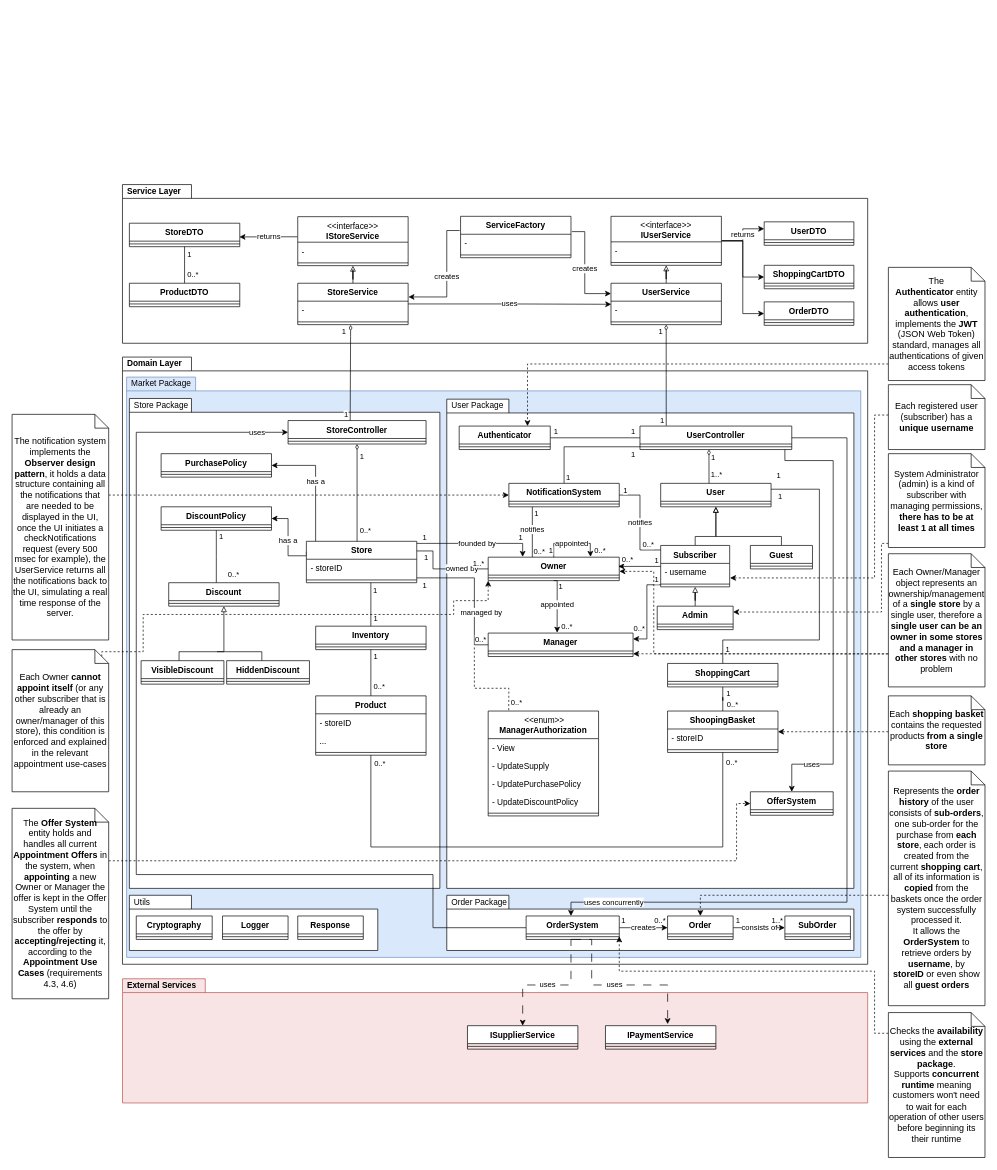
Before: page "White Class Diagram" (1 of 2) of documents/Version1/Version1.drawio in SE-Project-Workshop-Group-17-B/SE-Project-Workshop-Group-17-B, a draw.io diagram. Source tidied: cells renumbered, new cells numbered last; positions are measured from the earlier drawing's top-left corner, leaving out a move shared by most shapes. Both pictures are drawn from the tidied source at 69%, with x=0, y=0 at pixel (12, 184).
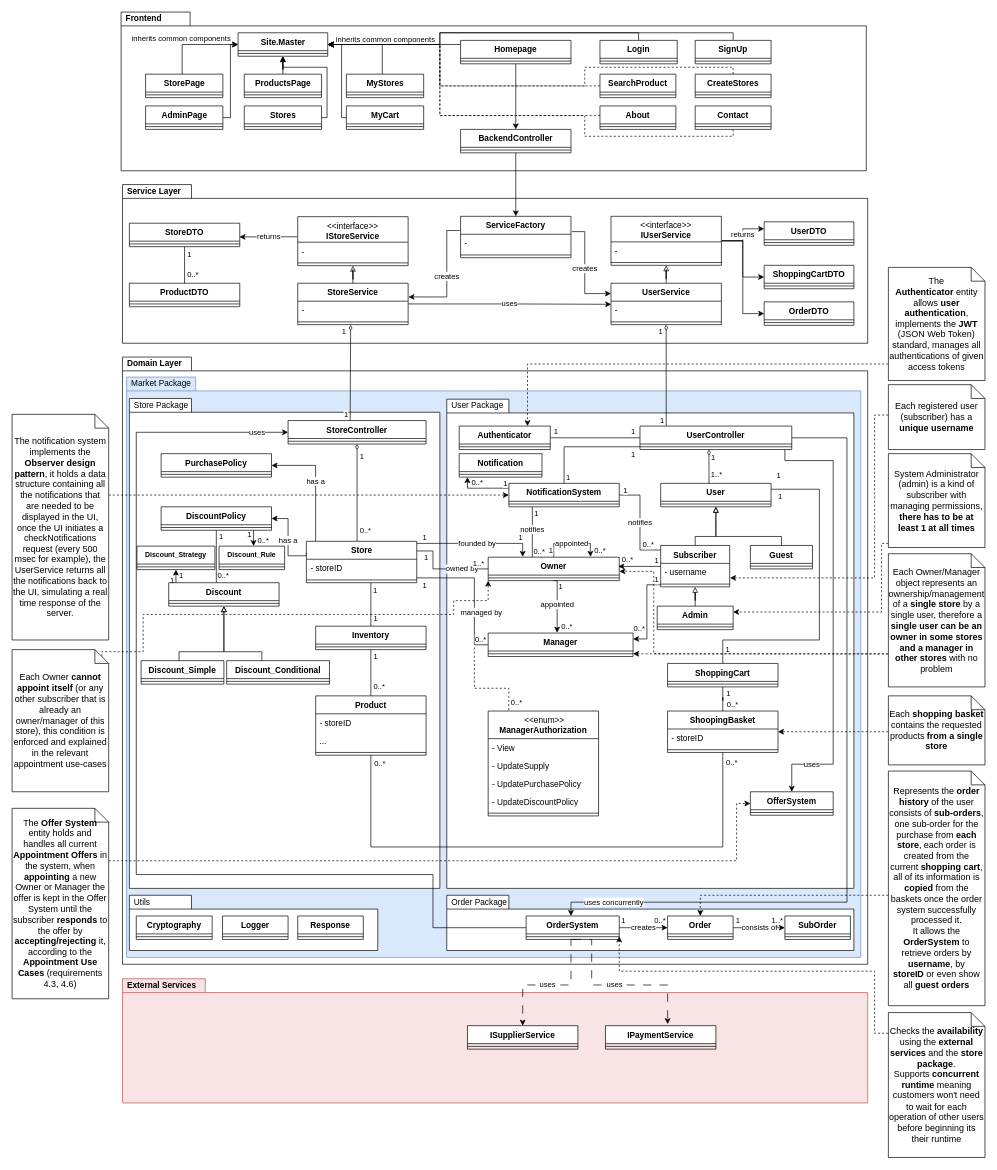
After the change.

Unchanged cells that the change refers to:
```xml
<mxCell id="38" style="edgeStyle=orthogonalEdgeStyle;rounded=0;jettySize=auto;html=1;endArrow=none;endFill=0;" parent="1" edge="1" source="41">
  <mxGeometry relative="1" as="geometry">
    <mxPoint x="296" y="577" as="targetPoint" />
  </mxGeometry>
</mxCell>
<mxCell id="41" value="DiscountPolicy" style="swimlane;fontStyle=1;align=center;verticalAlign=top;horizontal=1;startSize=26;whiteSpace=wrap;html=1;" parent="1" vertex="1">
  <mxGeometry x="216" y="467" width="160" height="34" as="geometry" />
</mxCell>
<mxCell id="43" value="Discount" style="swimlane;fontStyle=1;align=center;verticalAlign=top;horizontal=1;startSize=26;whiteSpace=wrap;html=1;" parent="1" vertex="1">
  <mxGeometry x="227" y="577" width="160" height="34" as="geometry" />
</mxCell>
<mxCell id="126" value="ServiceFactory" style="swimlane;fontStyle=1;align=center;verticalAlign=top;horizontal=1;startSize=26;whiteSpace=wrap;html=1;" parent="1" vertex="1">
  <mxGeometry x="650" y="46" width="160" height="60" as="geometry" />
</mxCell>
<mxCell id="156" value="NotificationSystem" style="swimlane;fontStyle=1;align=center;verticalAlign=top;horizontal=1;startSize=26;whiteSpace=wrap;html=1;" parent="1" vertex="1">
  <mxGeometry x="720" y="433" width="160" height="34" as="geometry" />
</mxCell>
```

Change to the diagram source:
```diff
@@
     <mxCell id="40" value="0..*" style="edgeLabel;html=1;align=center;verticalAlign=middle;" parent="38" vertex="1">
       <mxGeometry x="0.78" y="1" relative="1" as="geometry">
-        <mxPoint x="23" y="-4" as="offset" />
+        <mxPoint x="8" y="-3" as="offset" />
       </mxGeometry>
     </mxCell>
+    <mxCell id="221" style="edgeStyle=orthogonalEdgeStyle;rounded=0;jettySize=auto;html=1;entryX=0.527;entryY=-0.004;entryDx=0;entryDy=0;entryPerimeter=0;" parent="1" edge="1" source="41" target="282">
+      <mxGeometry relative="1" as="geometry">
+        <Array as="points">
+          <mxPoint x="350" y="521" />
+          <mxPoint x="350" y="521" />
+        </Array>
+      </mxGeometry>
+    </mxCell>
+    <mxCell id="222" value="0..*" style="edgeLabel;html=1;align=center;verticalAlign=middle;" parent="221" vertex="1">
+      <mxGeometry x="-0.18" y="1" relative="1" as="geometry">
+        <mxPoint x="12" y="5" as="offset" />
+      </mxGeometry>
+    </mxCell>
+    <mxCell id="223" value="1" style="edgeLabel;html=1;align=center;verticalAlign=middle;" parent="221" vertex="1">
+      <mxGeometry x="-0.82" relative="1" as="geometry">
+        <mxPoint x="-7" y="3" as="offset" />
+      </mxGeometry>
+    </mxCell>
@@
+    <mxCell id="224" style="edgeStyle=orthogonalEdgeStyle;rounded=0;jettySize=auto;html=1;entryX=0.5;entryY=1;entryDx=0;entryDy=0;" parent="1" edge="1" source="43" target="280">
+      <mxGeometry relative="1" as="geometry">
+        <Array as="points">
+          <mxPoint x="238" y="557" />
+        </Array>
+      </mxGeometry>
+    </mxCell>
+    <mxCell id="225" value="1" style="edgeLabel;html=1;align=center;verticalAlign=middle;" parent="224" vertex="1">
+      <mxGeometry x="0.19" relative="1" as="geometry">
+        <mxPoint x="7" as="offset" />
+      </mxGeometry>
+    </mxCell>
+    <mxCell id="226" value="1" style="edgeLabel;html=1;align=center;verticalAlign=middle;" parent="224" vertex="1">
+      <mxGeometry x="-0.65" relative="1" as="geometry">
+        <mxPoint x="-6" y="-1" as="offset" />
+      </mxGeometry>
+    </mxCell>
@@
-    <mxCell id="45" value="VisibleDiscount" style="swimlane;fontStyle=1;align=center;verticalAlign=top;horizontal=1;startSize=26;whiteSpace=wrap;html=1;" parent="1" vertex="1">
+    <mxCell id="45" value="Discount_Simple" style="swimlane;fontStyle=1;align=center;verticalAlign=top;horizontal=1;startSize=26;whiteSpace=wrap;html=1;" parent="1" vertex="1">
       <mxGeometry x="187" y="690" width="120" height="34" as="geometry" />
     </mxCell>
@@
-    <mxCell id="47" value="HiddenDiscount" style="swimlane;fontStyle=1;align=center;verticalAlign=top;horizontal=1;startSize=26;whiteSpace=wrap;html=1;" parent="1" vertex="1">
-      <mxGeometry x="311" y="690" width="120" height="34" as="geometry" />
+    <mxCell id="47" value="Discount_Conditional" style="swimlane;fontStyle=1;align=center;verticalAlign=top;horizontal=1;startSize=26;whiteSpace=wrap;html=1;" parent="1" vertex="1">
+      <mxGeometry x="311" y="690" width="149" height="34" as="geometry" />
     </mxCell>
     <mxCell id="48" style="line;strokeWidth=1;fillColor=none;align=left;verticalAlign=middle;spacingTop=-1;spacingLeft=3;spacingRight=3;labelPosition=right;strokeColor=inherit;" parent="47" vertex="1">
-      <mxGeometry y="26" width="120" height="8" as="geometry" />
+      <mxGeometry y="26" width="149" height="8" as="geometry" />
     </mxCell>
@@
-    <mxCell id="50" style="edgeStyle=orthogonalEdgeStyle;rounded=0;jettySize=auto;html=1;endArrow=none;endFill=0;" parent="1" edge="1" source="47">
+    <mxCell id="50" style="edgeStyle=orthogonalEdgeStyle;rounded=0;jettySize=auto;html=1;endArrow=block;endFill=0;entryX=0.5;entryY=1;entryDx=0;entryDy=0;" parent="1" edge="1" source="47" target="43">
       <mxGeometry relative="1" as="geometry">
-        <mxPoint x="297" y="677" as="targetPoint" />
         <Array as="points">
           <mxPoint x="362" y="677" />
+          <mxPoint x="307" y="677" />
         </Array>
       </mxGeometry>
     </mxCell>
@@
+    <mxCell id="227" style="edgeStyle=orthogonalEdgeStyle;rounded=0;jettySize=auto;html=1;" parent="1" edge="1" source="156">
+      <mxGeometry relative="1" as="geometry">
+        <mxPoint x="660" y="424" as="targetPoint" />
+        <Array as="points">
+          <mxPoint x="660" y="440" />
+        </Array>
+      </mxGeometry>
+    </mxCell>
+    <mxCell id="228" value="0..*" style="edgeLabel;html=1;align=center;verticalAlign=middle;" parent="227" vertex="1">
+      <mxGeometry x="0.44" relative="1" as="geometry">
+        <mxPoint x="8" y="-9" as="offset" />
+      </mxGeometry>
+    </mxCell>
+    <mxCell id="229" value="1" style="edgeLabel;html=1;align=center;verticalAlign=middle;" parent="227" vertex="1">
+      <mxGeometry x="-0.57" relative="1" as="geometry">
+        <mxPoint x="10" y="-8" as="offset" />
+      </mxGeometry>
+    </mxCell>
@@
+    <mxCell id="230" value="Frontend" style="shape=folder;xSize=90;align=left;spacingLeft=10;align=left;verticalAlign=top;spacingLeft=5;spacingTop=-4;tabWidth=100;tabHeight=20;tabPosition=left;html=1;fontStyle=1;" parent="1" vertex="1">
+      <mxGeometry x="158" y="-250" width="1080" height="230" as="geometry" />
+    </mxCell>
+    <mxCell id="231" style="edgeStyle=orthogonalEdgeStyle;rounded=0;jettySize=auto;html=1;entryX=0.5;entryY=0;entryDx=0;entryDy=0;" parent="1" edge="1" source="232" target="126">
+      <mxGeometry relative="1" as="geometry" />
+    </mxCell>
+    <mxCell id="232" value="BackendController" style="swimlane;fontStyle=1;align=center;verticalAlign=top;horizontal=1;startSize=26;whiteSpace=wrap;html=1;" parent="1" vertex="1">
+      <mxGeometry x="650" y="-80" width="160" height="34" as="geometry" />
+    </mxCell>
+    <mxCell id="233" style="line;strokeWidth=1;fillColor=none;align=left;verticalAlign=middle;spacingTop=-1;spacingLeft=3;spacingRight=3;labelPosition=right;strokeColor=inherit;" parent="232" vertex="1">
+      <mxGeometry y="26" width="160" height="8" as="geometry" />
+    </mxCell>
+    <mxCell id="234" style="edgeStyle=orthogonalEdgeStyle;rounded=0;jettySize=auto;html=1;entryX=1;entryY=0.5;entryDx=0;entryDy=0;" parent="1" edge="1" source="237" target="239">
+      <mxGeometry x="-0.12" y="-7" relative="1" as="geometry">
+        <Array as="points">
+          <mxPoint x="610" y="-203" />
+          <mxPoint x="610" y="-203" />
+        </Array>
+      </mxGeometry>
+    </mxCell>
+    <mxCell id="235" value="inherits common components" style="edgeLabel;html=1;align=center;verticalAlign=middle;" parent="234" vertex="1">
+      <mxGeometry x="0.07" y="-1" relative="1" as="geometry">
+        <mxPoint x="-7" y="-7" as="offset" />
+      </mxGeometry>
+    </mxCell>
+    <mxCell id="236" style="edgeStyle=orthogonalEdgeStyle;rounded=0;jettySize=auto;html=1;entryX=0.5;entryY=0;entryDx=0;entryDy=0;" parent="1" edge="1" source="237" target="232">
+      <mxGeometry relative="1" as="geometry" />
+    </mxCell>
+    <mxCell id="237" value="Homepage" style="swimlane;fontStyle=1;align=center;verticalAlign=top;horizontal=1;startSize=26;whiteSpace=wrap;html=1;" parent="1" vertex="1">
+      <mxGeometry x="650" y="-209" width="160" height="34" as="geometry" />
+    </mxCell>
+    <mxCell id="238" style="line;strokeWidth=1;fillColor=none;align=left;verticalAlign=middle;spacingTop=-1;spacingLeft=3;spacingRight=3;labelPosition=right;strokeColor=inherit;" parent="237" vertex="1">
+      <mxGeometry y="26" width="160" height="8" as="geometry" />
+    </mxCell>
+    <mxCell id="239" value="Site.Master" style="swimlane;fontStyle=1;align=center;verticalAlign=top;horizontal=1;startSize=26;whiteSpace=wrap;html=1;" parent="1" vertex="1">
+      <mxGeometry x="327.5" y="-220" width="130" height="34" as="geometry" />
+    </mxCell>
+    <mxCell id="240" style="line;strokeWidth=1;fillColor=none;align=left;verticalAlign=middle;spacingTop=-1;spacingLeft=3;spacingRight=3;labelPosition=right;strokeColor=inherit;" parent="239" vertex="1">
+      <mxGeometry y="26" width="130" height="8" as="geometry" />
+    </mxCell>
+    <mxCell id="241" style="edgeStyle=orthogonalEdgeStyle;rounded=0;jettySize=auto;html=1;entryX=1;entryY=0.5;entryDx=0;entryDy=0;" parent="1" edge="1" source="242" target="239">
+      <mxGeometry relative="1" as="geometry">
+        <Array as="points">
+          <mxPoint x="908" y="-220" />
+          <mxPoint x="620" y="-220" />
+          <mxPoint x="620" y="-203" />
+        </Array>
+      </mxGeometry>
+    </mxCell>
+    <mxCell id="242" value="Login" style="swimlane;fontStyle=1;align=center;verticalAlign=top;horizontal=1;startSize=26;whiteSpace=wrap;html=1;" parent="1" vertex="1">
+      <mxGeometry x="852" y="-209" width="112" height="34" as="geometry" />
+    </mxCell>
+    <mxCell id="243" style="line;strokeWidth=1;fillColor=none;align=left;verticalAlign=middle;spacingTop=-1;spacingLeft=3;spacingRight=3;labelPosition=right;strokeColor=inherit;" parent="242" vertex="1">
+      <mxGeometry y="26" width="112" height="8" as="geometry" />
+    </mxCell>
+    <mxCell id="244" style="edgeStyle=orthogonalEdgeStyle;rounded=0;jettySize=auto;html=1;entryX=1;entryY=0.5;entryDx=0;entryDy=0;" parent="1" edge="1" source="245" target="239">
+      <mxGeometry relative="1" as="geometry">
+        <Array as="points">
+          <mxPoint x="1045" y="-220" />
+          <mxPoint x="620" y="-220" />
+          <mxPoint x="620" y="-203" />
+        </Array>
+      </mxGeometry>
+    </mxCell>
+    <mxCell id="245" value="SignUp" style="swimlane;fontStyle=1;align=center;verticalAlign=top;horizontal=1;startSize=26;whiteSpace=wrap;html=1;" parent="1" vertex="1">
+      <mxGeometry x="990" y="-209" width="110" height="34" as="geometry" />
+    </mxCell>
+    <mxCell id="246" style="line;strokeWidth=1;fillColor=none;align=left;verticalAlign=middle;spacingTop=-1;spacingLeft=3;spacingRight=3;labelPosition=right;strokeColor=inherit;" parent="245" vertex="1">
+      <mxGeometry y="26" width="110" height="8" as="geometry" />
+    </mxCell>
+    <mxCell id="247" style="edgeStyle=orthogonalEdgeStyle;rounded=0;jettySize=auto;html=1;entryX=1;entryY=0.5;entryDx=0;entryDy=0;dashed=1;" parent="1" edge="1" source="248" target="239">
+      <mxGeometry relative="1" as="geometry">
+        <Array as="points">
+          <mxPoint x="620" y="-143" />
+          <mxPoint x="620" y="-203" />
+        </Array>
+      </mxGeometry>
+    </mxCell>
+    <mxCell id="248" value="SearchProduct" style="swimlane;fontStyle=1;align=center;verticalAlign=top;horizontal=1;startSize=26;whiteSpace=wrap;html=1;" parent="1" vertex="1">
+      <mxGeometry x="852" y="-160" width="110" height="34" as="geometry" />
+    </mxCell>
+    <mxCell id="249" style="line;strokeWidth=1;fillColor=none;align=left;verticalAlign=middle;spacingTop=-1;spacingLeft=3;spacingRight=3;labelPosition=right;strokeColor=inherit;" parent="248" vertex="1">
+      <mxGeometry y="26" width="110" height="8" as="geometry" />
+    </mxCell>
+    <mxCell id="250" style="edgeStyle=orthogonalEdgeStyle;rounded=0;jettySize=auto;html=1;entryX=1;entryY=0.5;entryDx=0;entryDy=0;dashed=1;" parent="1" edge="1" source="251" target="239">
+      <mxGeometry relative="1" as="geometry">
+        <Array as="points">
+          <mxPoint x="1045" y="-170" />
+          <mxPoint x="830" y="-170" />
+          <mxPoint x="830" y="-143" />
+          <mxPoint x="620" y="-143" />
+          <mxPoint x="620" y="-203" />
+        </Array>
+      </mxGeometry>
+    </mxCell>
+    <mxCell id="251" value="CreateStores" style="swimlane;fontStyle=1;align=center;verticalAlign=top;horizontal=1;startSize=26;whiteSpace=wrap;html=1;" parent="1" vertex="1">
+      <mxGeometry x="990" y="-160" width="110" height="34" as="geometry" />
+    </mxCell>
+    <mxCell id="252" style="line;strokeWidth=1;fillColor=none;align=left;verticalAlign=middle;spacingTop=-1;spacingLeft=3;spacingRight=3;labelPosition=right;strokeColor=inherit;" parent="251" vertex="1">
+      <mxGeometry y="26" width="110" height="8" as="geometry" />
+    </mxCell>
+    <mxCell id="253" style="edgeStyle=orthogonalEdgeStyle;rounded=0;jettySize=auto;html=1;entryX=1;entryY=0.5;entryDx=0;entryDy=0;dashed=1;" parent="1" edge="1" source="254" target="239">
+      <mxGeometry relative="1" as="geometry">
+        <Array as="points">
+          <mxPoint x="620" y="-100" />
+          <mxPoint x="620" y="-203" />
+        </Array>
+      </mxGeometry>
+    </mxCell>
+    <mxCell id="254" value="About" style="swimlane;fontStyle=1;align=center;verticalAlign=top;horizontal=1;startSize=26;whiteSpace=wrap;html=1;" parent="1" vertex="1">
+      <mxGeometry x="852" y="-114" width="110" height="34" as="geometry" />
+    </mxCell>
+    <mxCell id="255" style="line;strokeWidth=1;fillColor=none;align=left;verticalAlign=middle;spacingTop=-1;spacingLeft=3;spacingRight=3;labelPosition=right;strokeColor=inherit;" parent="254" vertex="1">
+      <mxGeometry y="26" width="110" height="8" as="geometry" />
+    </mxCell>
+    <mxCell id="256" style="edgeStyle=orthogonalEdgeStyle;rounded=0;jettySize=auto;html=1;entryX=1;entryY=0.5;entryDx=0;entryDy=0;dashed=1;" parent="1" edge="1" source="257" target="239">
+      <mxGeometry relative="1" as="geometry">
+        <Array as="points">
+          <mxPoint x="1045" y="-70" />
+          <mxPoint x="830" y="-70" />
+          <mxPoint x="830" y="-100" />
+          <mxPoint x="620" y="-100" />
+          <mxPoint x="620" y="-203" />
+        </Array>
+      </mxGeometry>
+    </mxCell>
+    <mxCell id="257" value="Contact" style="swimlane;fontStyle=1;align=center;verticalAlign=top;horizontal=1;startSize=26;whiteSpace=wrap;html=1;" parent="1" vertex="1">
+      <mxGeometry x="990" y="-114" width="110" height="34" as="geometry" />
+    </mxCell>
+    <mxCell id="258" style="line;strokeWidth=1;fillColor=none;align=left;verticalAlign=middle;spacingTop=-1;spacingLeft=3;spacingRight=3;labelPosition=right;strokeColor=inherit;" parent="257" vertex="1">
+      <mxGeometry y="26" width="110" height="8" as="geometry" />
+    </mxCell>
+    <mxCell id="259" style="edgeStyle=orthogonalEdgeStyle;rounded=0;jettySize=auto;html=1;entryX=0.5;entryY=1;entryDx=0;entryDy=0;" parent="1" edge="1" source="260" target="239">
+      <mxGeometry relative="1" as="geometry" />
+    </mxCell>
+    <mxCell id="260" value="ProductsPage" style="swimlane;fontStyle=1;align=center;verticalAlign=top;horizontal=1;startSize=26;whiteSpace=wrap;html=1;" parent="1" vertex="1">
+      <mxGeometry x="336.5" y="-160" width="112" height="34" as="geometry" />
+    </mxCell>
+    <mxCell id="261" style="line;strokeWidth=1;fillColor=none;align=left;verticalAlign=middle;spacingTop=-1;spacingLeft=3;spacingRight=3;labelPosition=right;strokeColor=inherit;" parent="260" vertex="1">
+      <mxGeometry y="26" width="112" height="8" as="geometry" />
+    </mxCell>
+    <mxCell id="262" style="edgeStyle=orthogonalEdgeStyle;rounded=0;jettySize=auto;html=1;entryX=1;entryY=0.5;entryDx=0;entryDy=0;" parent="1" edge="1" source="263" target="239">
+      <mxGeometry relative="1" as="geometry">
+        <Array as="points">
+          <mxPoint x="536.5" y="-203" />
+        </Array>
+      </mxGeometry>
+    </mxCell>
+    <mxCell id="263" value="MyStores" style="swimlane;fontStyle=1;align=center;verticalAlign=top;horizontal=1;startSize=26;whiteSpace=wrap;html=1;" parent="1" vertex="1">
+      <mxGeometry x="484.5" y="-160" width="112" height="34" as="geometry" />
+    </mxCell>
+    <mxCell id="264" style="line;strokeWidth=1;fillColor=none;align=left;verticalAlign=middle;spacingTop=-1;spacingLeft=3;spacingRight=3;labelPosition=right;strokeColor=inherit;" parent="263" vertex="1">
+      <mxGeometry y="26" width="112" height="8" as="geometry" />
+    </mxCell>
+    <mxCell id="265" style="edgeStyle=orthogonalEdgeStyle;rounded=0;jettySize=auto;html=1;entryX=1;entryY=0.5;entryDx=0;entryDy=0;" parent="1" edge="1" source="266" target="239">
+      <mxGeometry relative="1" as="geometry">
+        <Array as="points">
+          <mxPoint x="477.5" y="-97" />
+          <mxPoint x="477.5" y="-203" />
+        </Array>
+      </mxGeometry>
+    </mxCell>
+    <mxCell id="266" value="MyCart" style="swimlane;fontStyle=1;align=center;verticalAlign=top;horizontal=1;startSize=26;whiteSpace=wrap;html=1;" parent="1" vertex="1">
+      <mxGeometry x="484.5" y="-114" width="112" height="34" as="geometry" />
+    </mxCell>
+    <mxCell id="267" style="line;strokeWidth=1;fillColor=none;align=left;verticalAlign=middle;spacingTop=-1;spacingLeft=3;spacingRight=3;labelPosition=right;strokeColor=inherit;" parent="266" vertex="1">
+      <mxGeometry y="26" width="112" height="8" as="geometry" />
+    </mxCell>
+    <mxCell id="268" style="edgeStyle=orthogonalEdgeStyle;rounded=0;jettySize=auto;html=1;entryX=0.5;entryY=1;entryDx=0;entryDy=0;" parent="1" edge="1" source="269" target="239">
+      <mxGeometry relative="1" as="geometry">
+        <Array as="points">
+          <mxPoint x="456.5" y="-97" />
+          <mxPoint x="456.5" y="-170" />
+          <mxPoint x="392.5" y="-170" />
+        </Array>
+      </mxGeometry>
+    </mxCell>
+    <mxCell id="269" value="Stores" style="swimlane;fontStyle=1;align=center;verticalAlign=top;horizontal=1;startSize=26;whiteSpace=wrap;html=1;" parent="1" vertex="1">
+      <mxGeometry x="336.5" y="-114" width="112" height="34" as="geometry" />
+    </mxCell>
+    <mxCell id="270" style="line;strokeWidth=1;fillColor=none;align=left;verticalAlign=middle;spacingTop=-1;spacingLeft=3;spacingRight=3;labelPosition=right;strokeColor=inherit;" parent="269" vertex="1">
+      <mxGeometry y="26" width="112" height="8" as="geometry" />
+    </mxCell>
+    <mxCell id="271" style="edgeStyle=orthogonalEdgeStyle;rounded=0;jettySize=auto;html=1;entryX=0;entryY=0.5;entryDx=0;entryDy=0;" parent="1" edge="1" source="273" target="239">
+      <mxGeometry relative="1" as="geometry">
+        <Array as="points">
+          <mxPoint x="246.5" y="-203" />
+        </Array>
+      </mxGeometry>
+    </mxCell>
+    <mxCell id="272" value="inherits common components" style="edgeLabel;html=1;align=center;verticalAlign=middle;" parent="271" vertex="1">
+      <mxGeometry x="0.44" y="1" relative="1" as="geometry">
+        <mxPoint x="-48" y="-8" as="offset" />
+      </mxGeometry>
+    </mxCell>
+    <mxCell id="273" value="StorePage" style="swimlane;fontStyle=1;align=center;verticalAlign=top;horizontal=1;startSize=26;whiteSpace=wrap;html=1;" parent="1" vertex="1">
+      <mxGeometry x="193.5" y="-160" width="112" height="34" as="geometry" />
+    </mxCell>
+    <mxCell id="274" style="line;strokeWidth=1;fillColor=none;align=left;verticalAlign=middle;spacingTop=-1;spacingLeft=3;spacingRight=3;labelPosition=right;strokeColor=inherit;" parent="273" vertex="1">
+      <mxGeometry y="26" width="112" height="8" as="geometry" />
+    </mxCell>
+    <mxCell id="275" style="edgeStyle=orthogonalEdgeStyle;rounded=0;jettySize=auto;html=1;entryX=0;entryY=0.5;entryDx=0;entryDy=0;" parent="1" edge="1" source="276" target="239">
+      <mxGeometry relative="1" as="geometry">
+        <Array as="points">
+          <mxPoint x="316.5" y="-97" />
+          <mxPoint x="316.5" y="-203" />
+        </Array>
+      </mxGeometry>
+    </mxCell>
+    <mxCell id="276" value="AdminPage" style="swimlane;fontStyle=1;align=center;verticalAlign=top;horizontal=1;startSize=26;whiteSpace=wrap;html=1;" parent="1" vertex="1">
+      <mxGeometry x="193.5" y="-114" width="112" height="34" as="geometry" />
+    </mxCell>
+    <mxCell id="277" style="line;strokeWidth=1;fillColor=none;align=left;verticalAlign=middle;spacingTop=-1;spacingLeft=3;spacingRight=3;labelPosition=right;strokeColor=inherit;" parent="276" vertex="1">
+      <mxGeometry y="26" width="112" height="8" as="geometry" />
+    </mxCell>
+    <mxCell id="278" value="Notification" style="swimlane;fontStyle=1;align=center;verticalAlign=top;horizontal=1;startSize=26;whiteSpace=wrap;html=1;" parent="1" vertex="1">
+      <mxGeometry x="648" y="390" width="120" height="34" as="geometry" />
+    </mxCell>
+    <mxCell id="279" style="line;strokeWidth=1;fillColor=none;align=left;verticalAlign=middle;spacingTop=-1;spacingLeft=3;spacingRight=3;labelPosition=right;strokeColor=inherit;" parent="278" vertex="1">
+      <mxGeometry y="26" width="120" height="8" as="geometry" />
+    </mxCell>
+    <mxCell id="280" value="Discount_Strategy" style="swimlane;fontStyle=1;align=center;verticalAlign=top;horizontal=1;startSize=26;whiteSpace=wrap;html=1;fontSize=10;" parent="1" vertex="1">
+      <mxGeometry x="181" y="524" width="113" height="34" as="geometry" />
+    </mxCell>
+    <mxCell id="281" style="line;strokeWidth=1;fillColor=none;align=left;verticalAlign=middle;spacingTop=-1;spacingLeft=3;spacingRight=3;labelPosition=right;strokeColor=inherit;" parent="280" vertex="1">
+      <mxGeometry y="26" width="113" height="8" as="geometry" />
+    </mxCell>
+    <mxCell id="282" value="Discount_Rule" style="swimlane;fontStyle=1;align=center;verticalAlign=top;horizontal=1;startSize=26;whiteSpace=wrap;html=1;fontSize=10;" parent="1" vertex="1">
+      <mxGeometry x="300" y="524" width="95" height="34" as="geometry" />
+    </mxCell>
+    <mxCell id="283" style="line;strokeWidth=1;fillColor=none;align=left;verticalAlign=middle;spacingTop=-1;spacingLeft=3;spacingRight=3;labelPosition=right;strokeColor=inherit;" parent="282" vertex="1">
+      <mxGeometry y="26" width="95" height="8" as="geometry" />
+    </mxCell>
```
